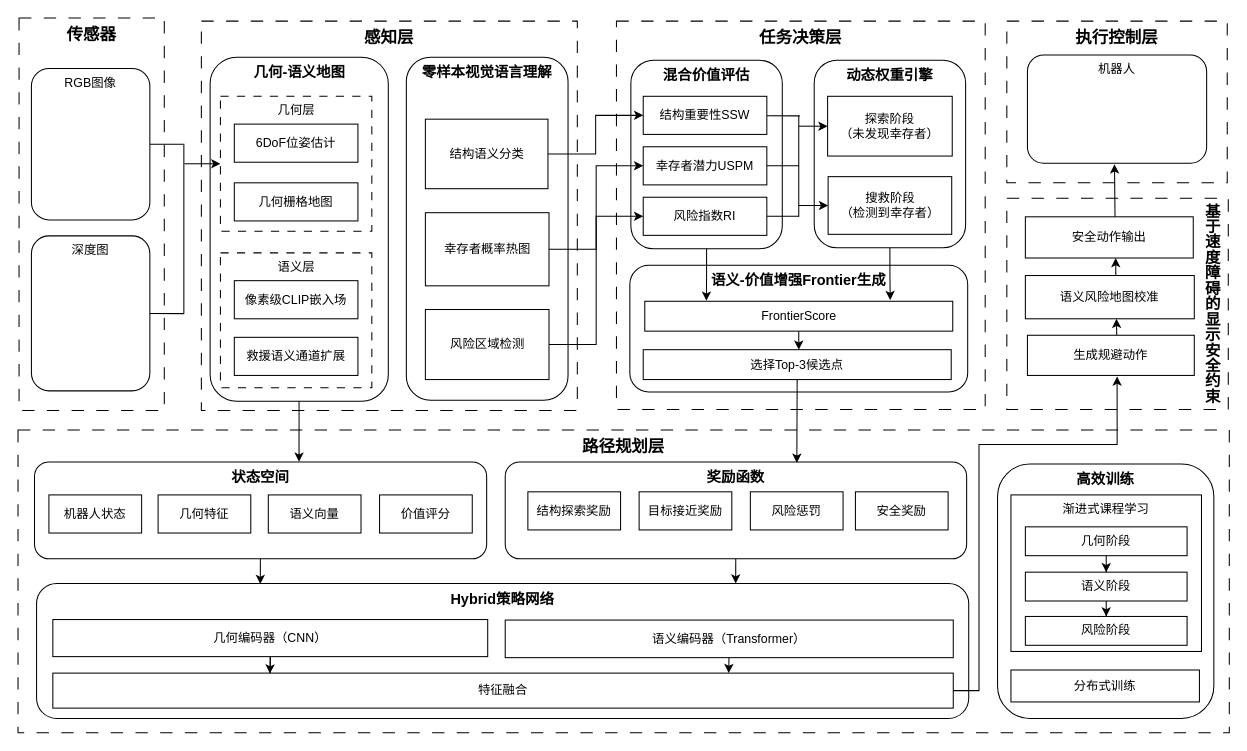
Above: 未命名绘图.drawio in qingyuhai/myGitTemp (draw.io), before the change. Source tidied: cells renumbered, new cells numbered last; positions are measured from the earlier drawing's top-left corner, leaving out a move shared by most shapes. Both pictures are drawn from the tidied source at 103%, with x=0, y=0 at pixel (18, 18).
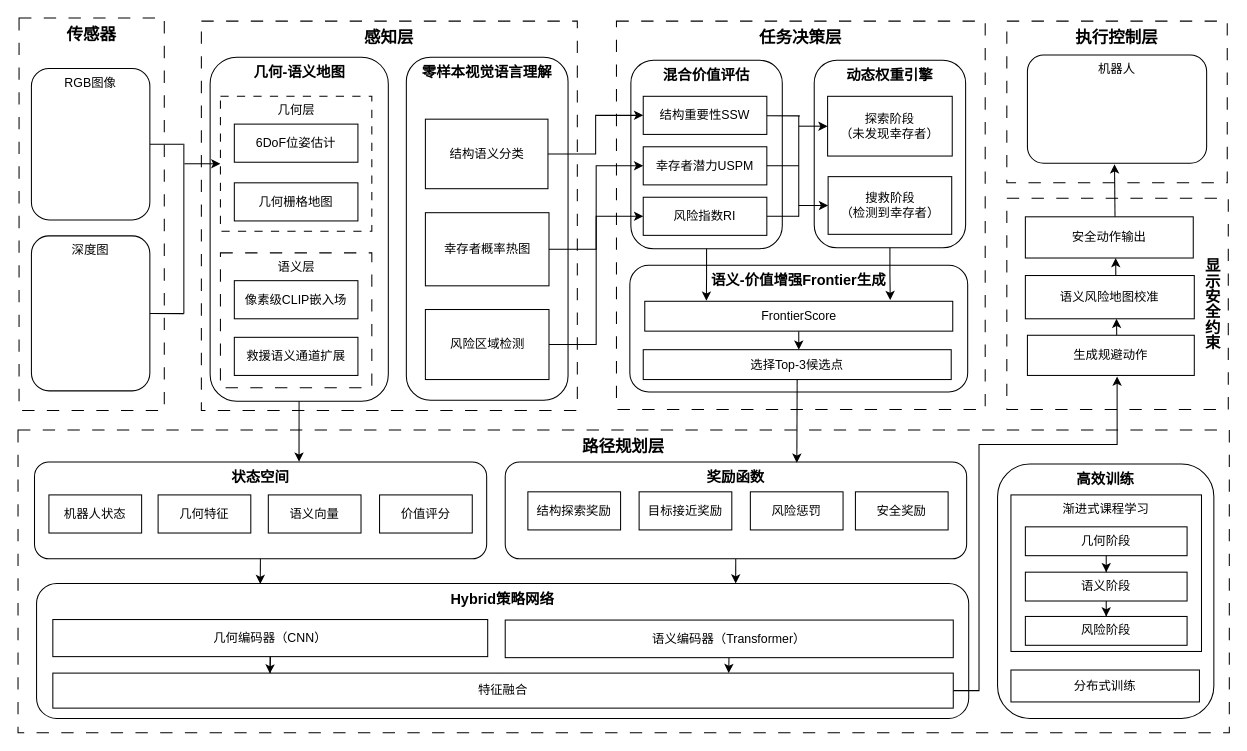
The same page after the edit.

Commit message (it also covers changes not shown here):
更新未命名绘图.drawio

Change to the diagram source:
```diff
@@
-    <mxCell id="10" value="语义层" style="rounded=0;whiteSpace=wrap;html=1;verticalAlign=top;dashed=1;dashPattern=8 8;" parent="1" vertex="1">
+    <mxCell id="10" value="语义层" style="rounded=0;whiteSpace=wrap;html=1;verticalAlign=top;dashed=1;dashPattern=12 12;" parent="1" vertex="1">
       <mxGeometry x="196.5" y="228" width="147" height="131" as="geometry" />
     </mxCell>
@@
-    <mxCell id="29" value="&lt;div&gt;&lt;div class=&quot;old-record-id-UI9NddCrRo0jrax99HIcFApNn1e&quot;&gt;&lt;font style=&quot;font-size: 15px;&quot;&gt;&lt;b&gt;基于速度障碍的&lt;span style=&quot;color: light-dark(rgb(0, 0, 0), rgb(255, 255, 255));&quot;&gt;显示安全约束&lt;/span&gt;&lt;/b&gt;&lt;/font&gt;&lt;/div&gt;&lt;/div&gt;" style="rounded=0;whiteSpace=wrap;html=1;verticalAlign=middle;dashed=1;dashPattern=12 12;align=left;labelPosition=right;verticalLabelPosition=middle;textDirection=vertical-lr;spacingLeft=-27;" parent="1" vertex="1">
+    <mxCell id="29" value="&lt;div&gt;&lt;div class=&quot;old-record-id-UI9NddCrRo0jrax99HIcFApNn1e&quot;&gt;&lt;font style=&quot;font-size: 15px;&quot;&gt;&lt;b&gt;&lt;span style=&quot;color: light-dark(rgb(0, 0, 0), rgb(255, 255, 255));&quot;&gt;显示安全约束&lt;/span&gt;&lt;/b&gt;&lt;/font&gt;&lt;/div&gt;&lt;/div&gt;" style="rounded=0;whiteSpace=wrap;html=1;verticalAlign=middle;dashed=1;dashPattern=12 12;align=left;labelPosition=right;verticalLabelPosition=middle;textDirection=vertical-lr;spacingLeft=-27;" parent="1" vertex="1">
       <mxGeometry x="960" y="175" width="215" height="205" as="geometry" />
     </mxCell>
```
